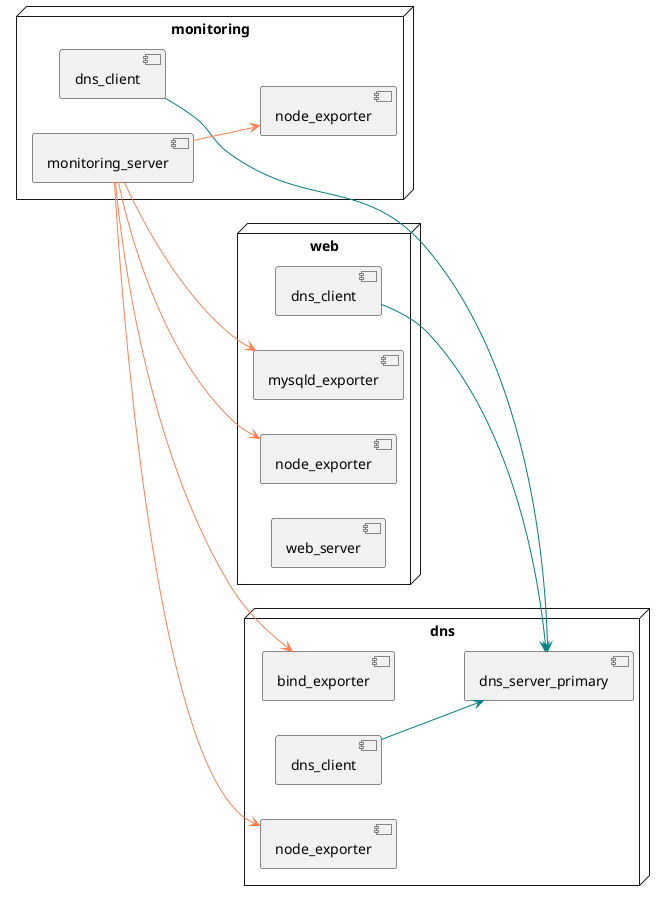
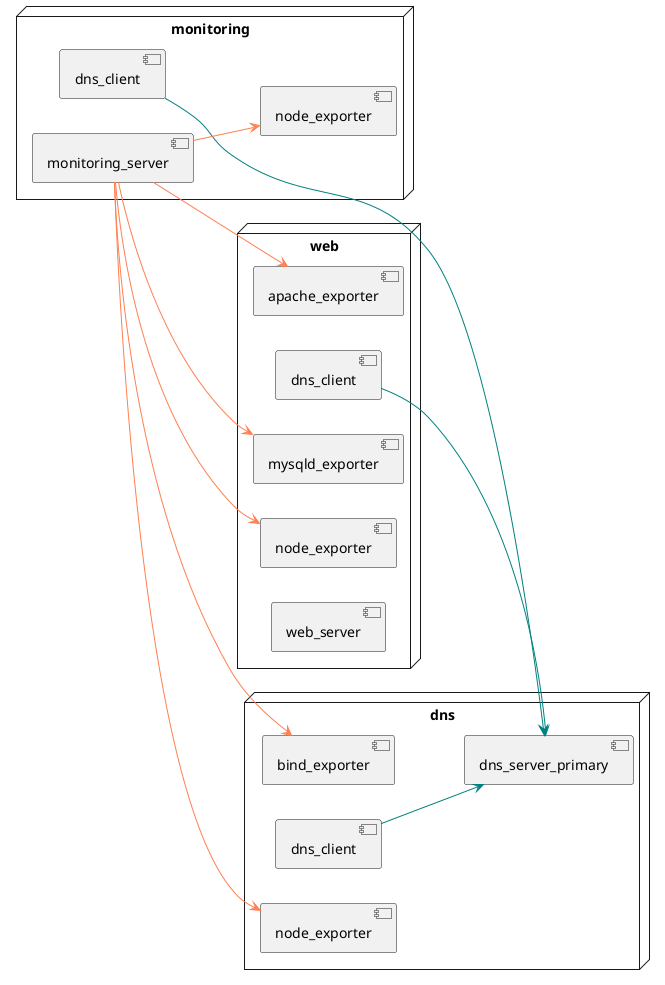
@startuml test_env
/'
Diagram name definition

Format: @startuml <diagram_name>

Note: if no diagram name is specified, the filename is used as a fallback for
naming the output directory. This name should match the network diagram's.
'/

/'
Required line; qualifies component names with their parent host identifier,
preventing name collisions for roles that appear on multiple hosts (e.g.
dns.node_exporter vs web.node_exporter).
'/
set separator .

' Purely visual, won't have any effect on the parser
left to right direction

/'
Host definition

Notes:
- By default <description> will be used as the resulting hostname;
<host_identifier> is the fallback if <description> is unused.
- Underscores in the hostname will be converted to hyphens, due to Unix conventions.

Format:
node <host_identifier> as <description>
'/
node web as "web" {
    /'
    Role definition

    Format:
    component <role_identifier>
    '/
+     component apache_exporter
    component dns_client
    component mysqld_exporter
    component node_exporter
    component web_server
}

node dns as "dns" {
    component bind_exporter
    component dns_client
    component dns_server_primary
    component node_exporter
}

node mon as "monitoring" {
    component dns_client
    component monitoring_server
    component node_exporter
}

/'
Role-to-role connections

Note: Arrows must always point from left to right, but can be styled according to
      https://crashedmind.github.io/PlantUMLHitchhikersGuide/layout/layout.html

Format:
<host_identifier>.<role_identifier> --> <host_identifier>.<role_identifier>
'/
dns.dns_client -[#teal]-> dns.dns_server_primary

mon.dns_client -[#teal]-> dns.dns_server_primary
mon.monitoring_server -[#coral]-> dns.bind_exporter
mon.monitoring_server -[#coral]-> dns.node_exporter
mon.monitoring_server -[#coral]-> mon.node_exporter
+ mon.monitoring_server -[#coral]-> web.apache_exporter
mon.monitoring_server -[#coral]-> web.mysqld_exporter
mon.monitoring_server -[#coral]-> web.node_exporter

web.dns_client -[#teal]-> dns.dns_server_primary

@enduml